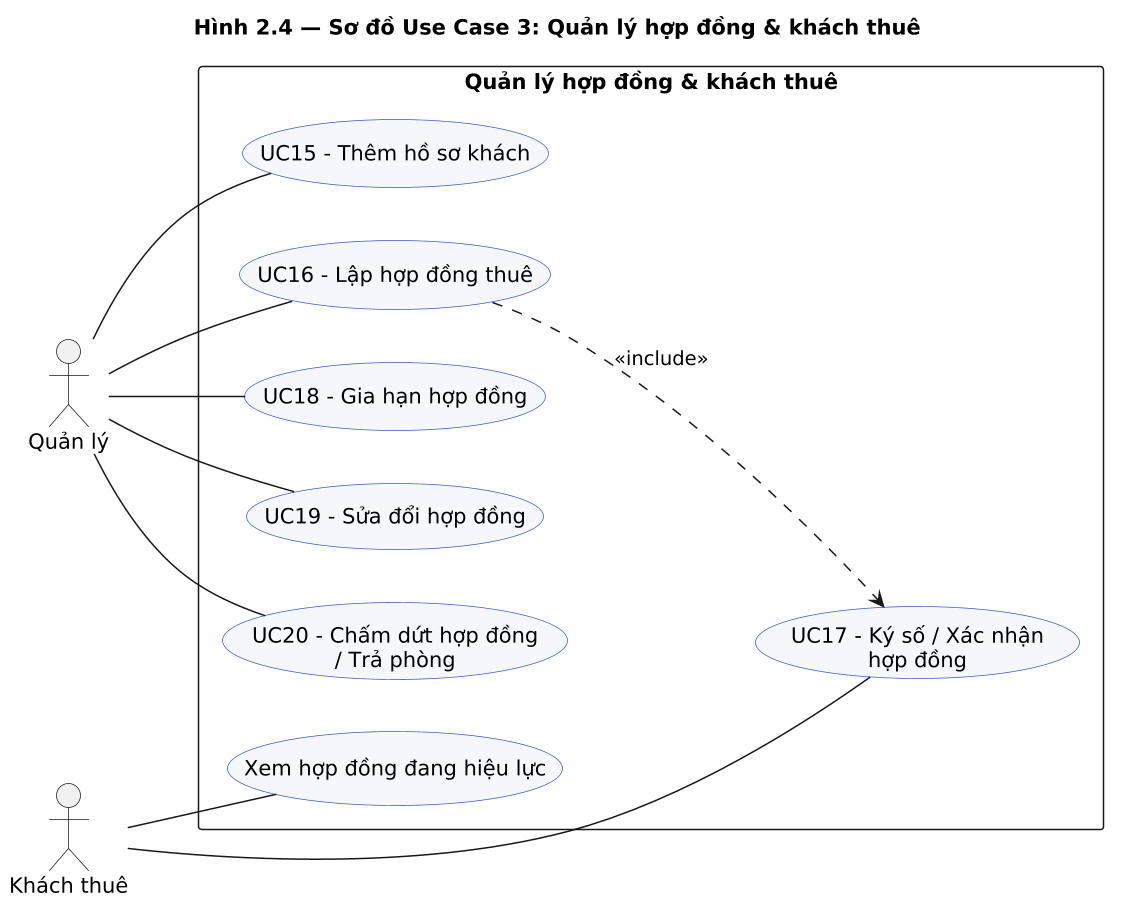
The PlantUML diagram docs/diagrams/png/2.04_uc_contract.png in DiepTuHuy/Hostel_Management, before a commit.
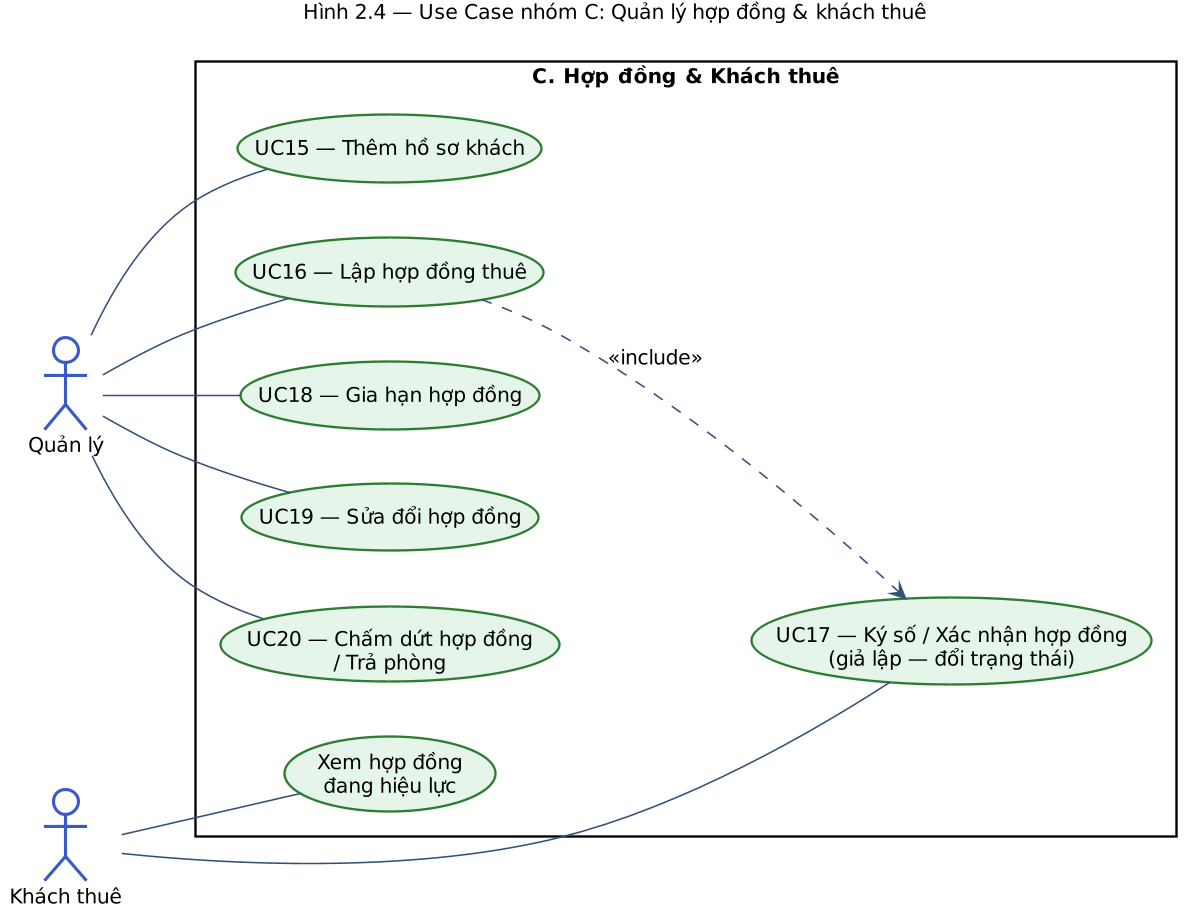
Above is the later version.

What changed in the source:
```diff
@@ -1,26 +1,33 @@
-@startuml
-scale 1.5
-title Hình 2.4 — Sơ đồ Use Case 3: Quản lý hợp đồng & khách thuê
+@startuml UC_Contract
+title Hình 2.4 — Use Case nhóm C: Quản lý hợp đồng & khách thuê
 
-left to right direction
+skinparam dpi 150
+skinparam shadowing false
+skinparam defaultFontName "Segoe UI"
+skinparam defaultFontSize 13
 skinparam packageStyle rectangle
-skinparam shadowing false
+skinparam ArrowColor #34507A
 skinparam usecase {
-  BackgroundColor #F5F7FB
+  BackgroundColor #E6F5EA
+  BorderColor #2E7D32
+}
+skinparam actor {
+  BackgroundColor #FFFFFF
   BorderColor #3A5BC7
 }
+left to right direction
 
 actor "Quản lý"     as Manager
 actor "Khách thuê"  as Tenant
 
-rectangle "Quản lý hợp đồng & khách thuê" {
-  usecase "UC15 - Thêm hồ sơ khách"           as C1
-  usecase "UC16 - Lập hợp đồng thuê"          as C2
-  usecase "UC17 - Ký số / Xác nhận\nhợp đồng" as C3
-  usecase "UC18 - Gia hạn hợp đồng"           as C4
-  usecase "UC19 - Sửa đổi hợp đồng"           as C5
-  usecase "UC20 - Chấm dứt hợp đồng\n/ Trả phòng" as C6
-  usecase "Xem hợp đồng đang hiệu lực"        as C8
+rectangle "C. Hợp đồng & Khách thuê" {
+  usecase "UC15 — Thêm hồ sơ khách"            as C1
+  usecase "UC16 — Lập hợp đồng thuê"           as C2
+  usecase "UC17 — Ký số / Xác nhận hợp đồng\n(giả lập — đổi trạng thái)" as C3
+  usecase "UC18 — Gia hạn hợp đồng"            as C4
+  usecase "UC19 — Sửa đổi hợp đồng"            as C5
+  usecase "UC20 — Chấm dứt hợp đồng\n/ Trả phòng" as C6
+  usecase "Xem hợp đồng\nđang hiệu lực"        as C7
 }
 
 Manager -- C1
@@ -29,7 +36,8 @@
 Manager -- C5
 Manager -- C6
 Tenant  -- C3
-Tenant  -- C8
+Tenant  -- C7
 
 C2 ..> C3 : <<include>>
+
 @enduml
```
